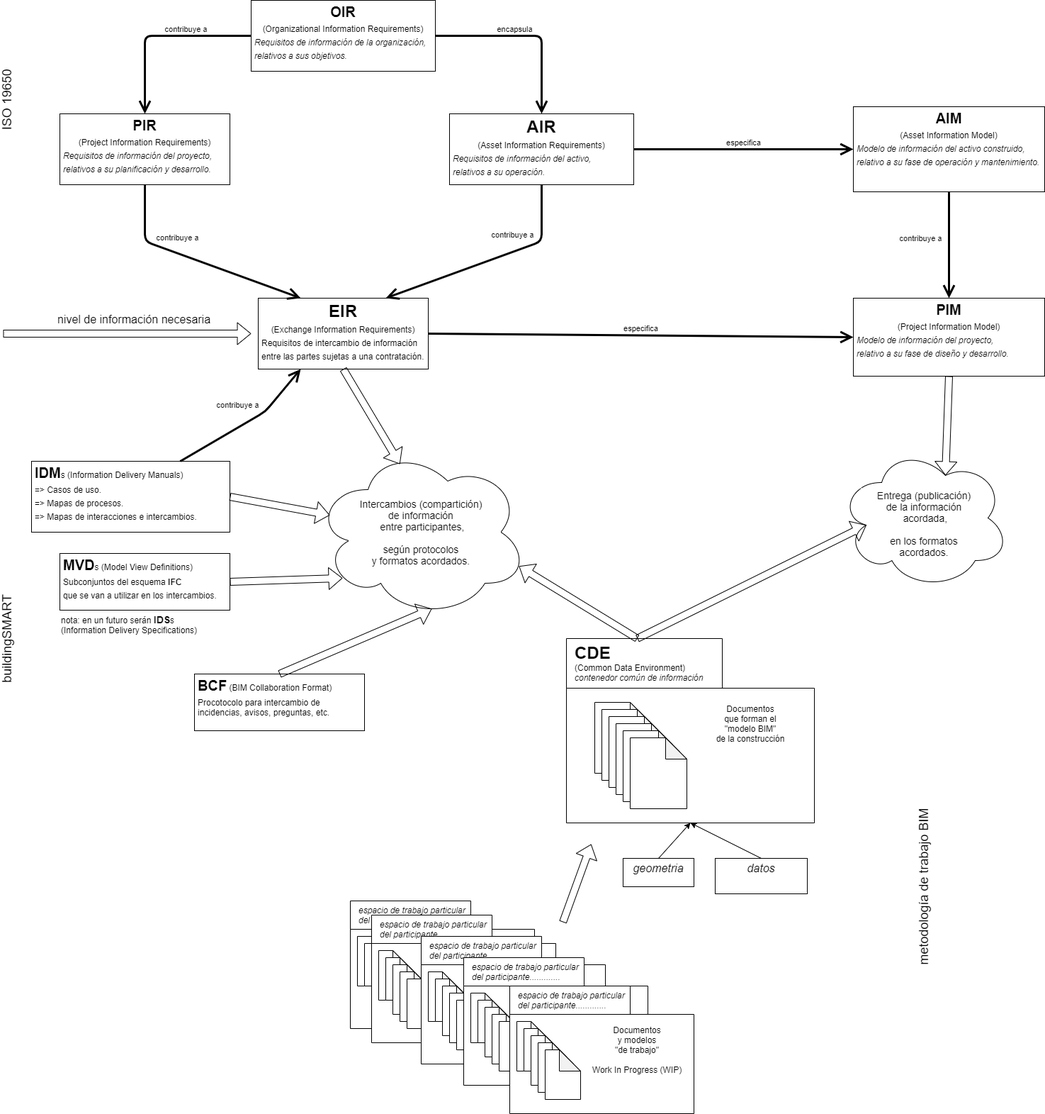
JuanMuruaOlalde/juanmuruaolalde.github.io keeps this draw.io diagram as documentos/Flujos_de_informacion_en_la_construccion_BIM.png. Above is the earlier version. Source tidied: cells renumbered, new cells last; positions are measured from the earlier drawing's top-left corner, leaving out a move shared by most shapes.
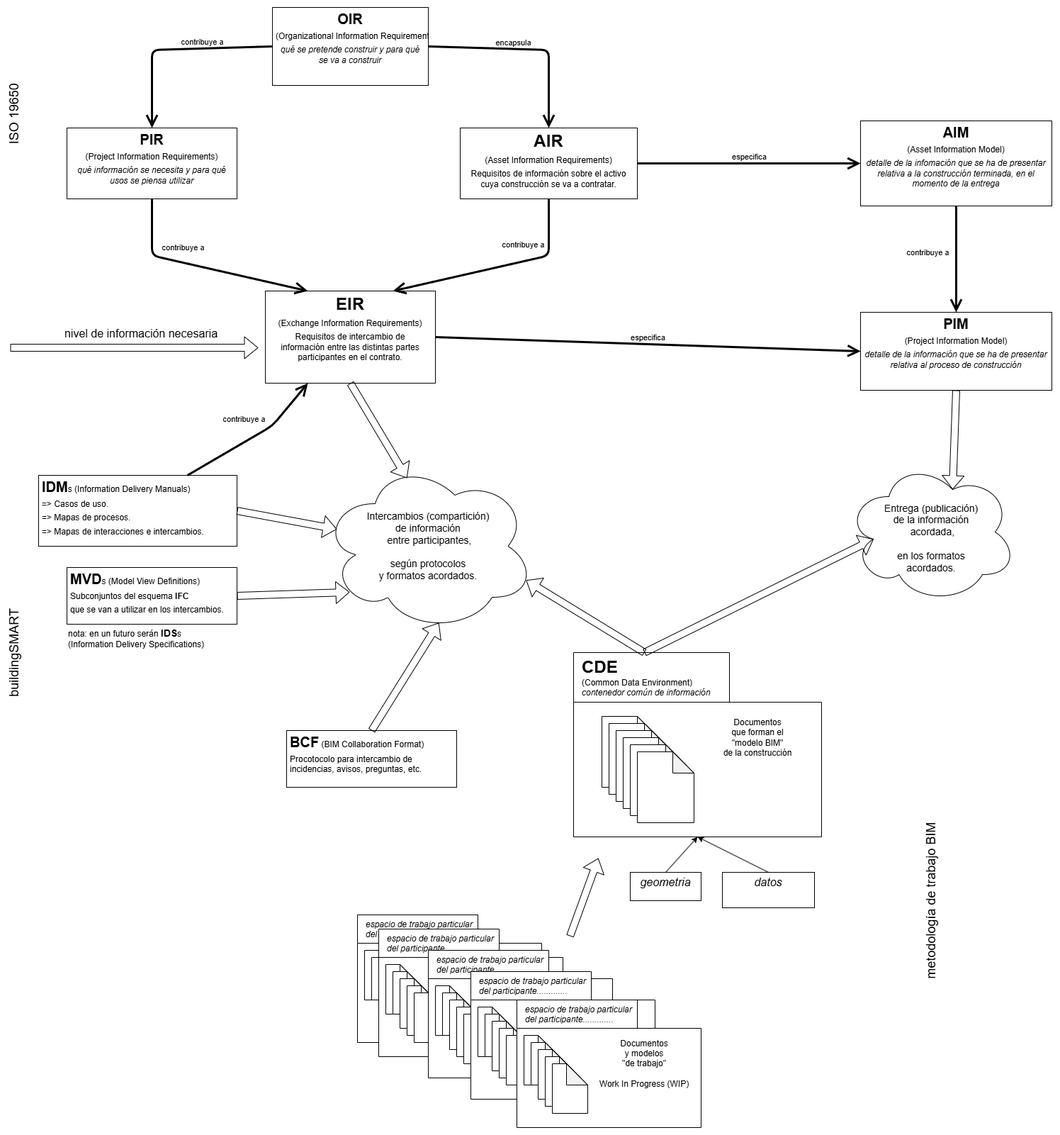
After the change.

The edit, as a diff of the source:
```diff
@@ -15,8 +15,8 @@
         </Array>
       </mxGeometry>
     </mxCell>
-    <mxCell id="4" value="&lt;p style=&quot;margin: 5px&quot;&gt;&lt;b&gt;&lt;font style=&quot;font-size: 20px&quot;&gt;OIR&lt;/font&gt;&lt;/b&gt;&lt;/p&gt;&lt;p style=&quot;margin: 5px&quot;&gt;(Organizational&amp;nbsp;&lt;span&gt;Information&amp;nbsp;&lt;/span&gt;&lt;span&gt;Requirements)&lt;/span&gt;&lt;/p&gt;&lt;p style=&quot;text-align: left ; margin: 5px&quot;&gt;&lt;span&gt;&lt;i&gt;Requisitos de información de la organización,&lt;/i&gt;&lt;/span&gt;&lt;/p&gt;&lt;p style=&quot;text-align: left ; margin: 5px&quot;&gt;&lt;span&gt;&lt;i&gt;relativos a sus objetivos.&lt;/i&gt;&lt;/span&gt;&lt;/p&gt;&lt;p style=&quot;margin: 5px&quot;&gt;&lt;br&gt;&lt;/p&gt;" style="shape=rect;html=1;overflow=fill;whiteSpace=wrap;align=center;" parent="1" vertex="1">
-      <mxGeometry x="469" width="260" height="100" as="geometry" />
+    <mxCell id="4" value="&lt;p style=&quot;margin: 5px&quot;&gt;&lt;b&gt;&lt;font style=&quot;font-size: 20px&quot;&gt;OIR&lt;/font&gt;&lt;/b&gt;&lt;/p&gt;&lt;p style=&quot;margin: 5px&quot;&gt;(Organizational&amp;nbsp;&lt;span&gt;Information&amp;nbsp;&lt;/span&gt;&lt;span&gt;Requirements)&lt;/span&gt;&lt;/p&gt;&lt;p style=&quot;margin: 5px;&quot;&gt;&lt;i&gt;qué se pretende construir y para qué se va a construir&lt;/i&gt;&lt;/p&gt;&lt;p style=&quot;margin: 5px&quot;&gt;&lt;br&gt;&lt;/p&gt;" style="shape=rect;html=1;overflow=fill;whiteSpace=wrap;align=center;" parent="1" vertex="1">
+      <mxGeometry x="489" y="-10" width="220" height="110" as="geometry" />
     </mxCell>
     <mxCell id="5" value="contribuye a" style="edgeStyle=none;html=1;endArrow=open;endSize=12;strokeWidth=3;verticalAlign=bottom;exitX=0;exitY=0.5;exitDx=0;exitDy=0;entryX=0.5;entryY=0;entryDx=0;entryDy=0;" parent="1" edge="1" source="4" target="6">
       <mxGeometry x="-0.29" relative="1" as="geometry">
@@ -25,16 +25,16 @@
         </Array>
       </mxGeometry>
     </mxCell>
-    <mxCell id="6" value="&lt;p style=&quot;margin: 5px&quot;&gt;&lt;b&gt;&lt;font style=&quot;font-size: 20px&quot;&gt;PIR&lt;/font&gt;&lt;/b&gt;&lt;/p&gt;&lt;p style=&quot;margin: 5px&quot;&gt;&lt;span&gt;(Project&amp;nbsp;&lt;/span&gt;&lt;span&gt;Information&amp;nbsp;&lt;/span&gt;&lt;span&gt;Requirements)&lt;/span&gt;&lt;/p&gt;&lt;p style=&quot;text-align: left ; margin: 5px&quot;&gt;&lt;span&gt;&lt;i&gt;Requisitos de información del proyecto,&lt;/i&gt;&lt;/span&gt;&lt;/p&gt;&lt;p style=&quot;text-align: left ; margin: 5px&quot;&gt;&lt;span&gt;&lt;i&gt;relativos a su planificación y desarrollo.&lt;/i&gt;&lt;/span&gt;&lt;/p&gt;&lt;p style=&quot;margin: 5px&quot;&gt;&lt;br&gt;&lt;/p&gt;" style="shape=rect;html=1;overflow=fill;whiteSpace=wrap;align=center;" parent="1" vertex="1">
+    <mxCell id="6" value="&lt;p style=&quot;margin: 5px&quot;&gt;&lt;b&gt;&lt;font style=&quot;font-size: 20px&quot;&gt;PIR&lt;/font&gt;&lt;/b&gt;&lt;/p&gt;&lt;p style=&quot;margin: 5px&quot;&gt;&lt;span&gt;(Project&amp;nbsp;&lt;/span&gt;&lt;span&gt;Information&amp;nbsp;&lt;/span&gt;&lt;span&gt;Requirements)&lt;/span&gt;&lt;/p&gt;&lt;p style=&quot;margin: 5px;&quot;&gt;&lt;i&gt;qué información se necesita y para qué usos se piensa utilizar&lt;/i&gt;&lt;/p&gt;&lt;p style=&quot;margin: 5px&quot;&gt;&lt;br&gt;&lt;/p&gt;" style="shape=rect;html=1;overflow=fill;whiteSpace=wrap;align=center;" parent="1" vertex="1">
       <mxGeometry x="199" y="160" width="240" height="100" as="geometry" />
     </mxCell>
-    <mxCell id="7" value="&lt;p style=&quot;margin: 5px&quot;&gt;&lt;b&gt;&lt;font style=&quot;font-size: 24px&quot;&gt;AIR&lt;/font&gt;&lt;/b&gt;&lt;/p&gt;&lt;p style=&quot;margin: 5px&quot;&gt;(Asset&amp;nbsp;&lt;span&gt;Information&amp;nbsp;&lt;/span&gt;&lt;span&gt;Requirements)&lt;/span&gt;&lt;/p&gt;&lt;p style=&quot;text-align: left ; margin: 5px&quot;&gt;&lt;span&gt;&lt;i&gt;Requisitos de información&amp;nbsp;&lt;/i&gt;&lt;/span&gt;&lt;i&gt;del activo,&lt;/i&gt;&lt;/p&gt;&lt;p style=&quot;text-align: left ; margin: 5px&quot;&gt;&lt;i&gt;relativos a su operación.&lt;/i&gt;&lt;/p&gt;&lt;p style=&quot;text-align: left ; margin: 5px&quot;&gt;&lt;br&gt;&lt;/p&gt;" style="shape=rect;html=1;overflow=fill;whiteSpace=wrap;align=center;" parent="1" vertex="1">
-      <mxGeometry x="749" y="160" width="260" height="100" as="geometry" />
+    <mxCell id="7" value="&lt;p style=&quot;margin: 5px&quot;&gt;&lt;b&gt;&lt;font style=&quot;font-size: 24px&quot;&gt;AIR&lt;/font&gt;&lt;/b&gt;&lt;/p&gt;&lt;p style=&quot;margin: 5px&quot;&gt;(Asset&amp;nbsp;&lt;span&gt;Information&amp;nbsp;&lt;/span&gt;&lt;span&gt;Requirements)&lt;/span&gt;&lt;/p&gt;&lt;p style=&quot;margin: 5px;&quot;&gt;Requisitos de información sobre el activo cuya construcción se va a contratar.&lt;/p&gt;&lt;p style=&quot;text-align: left ; margin: 5px&quot;&gt;&lt;br&gt;&lt;/p&gt;" style="shape=rect;html=1;overflow=fill;whiteSpace=wrap;align=center;" parent="1" vertex="1">
+      <mxGeometry x="754" y="160" width="250" height="100" as="geometry" />
     </mxCell>
-    <mxCell id="8" value="&lt;p style=&quot;margin: 5px&quot;&gt;&lt;b&gt;&lt;font style=&quot;font-size: 20px&quot;&gt;AIM&lt;/font&gt;&lt;/b&gt;&lt;/p&gt;&lt;p style=&quot;margin: 5px&quot;&gt;(Asset&amp;nbsp;&lt;span&gt;Information&amp;nbsp;&lt;/span&gt;&lt;span&gt;Model)&lt;/span&gt;&lt;/p&gt;&lt;p style=&quot;text-align: left ; margin: 5px&quot;&gt;&lt;i&gt;Modelo de información del activo construido,&lt;/i&gt;&lt;/p&gt;&lt;p style=&quot;text-align: left ; margin: 5px&quot;&gt;&lt;i&gt;relativo a su fase de operación y mantenimiento.&lt;/i&gt;&lt;/p&gt;&lt;p style=&quot;text-align: left ; margin: 5px&quot;&gt;&lt;br&gt;&lt;/p&gt;" style="shape=rect;html=1;overflow=fill;whiteSpace=wrap;align=center;" parent="1" vertex="1">
+    <mxCell id="8" value="&lt;p style=&quot;margin: 5px&quot;&gt;&lt;b&gt;&lt;font style=&quot;font-size: 20px&quot;&gt;AIM&lt;/font&gt;&lt;/b&gt;&lt;/p&gt;&lt;p style=&quot;margin: 5px&quot;&gt;(Asset&amp;nbsp;&lt;span&gt;Information&amp;nbsp;&lt;/span&gt;&lt;span&gt;Model)&lt;/span&gt;&lt;/p&gt;&lt;p style=&quot;margin: 5px;&quot;&gt;&lt;i&gt;detalle de la infomación que se ha de presentar relativa a la construcción terminada, en el momento de la entrega&lt;/i&gt;&lt;/p&gt;&lt;p style=&quot;text-align: left ; margin: 5px&quot;&gt;&lt;br&gt;&lt;/p&gt;" style="shape=rect;html=1;overflow=fill;whiteSpace=wrap;align=center;" parent="1" vertex="1">
       <mxGeometry x="1319" y="150" width="270" height="120" as="geometry" />
     </mxCell>
-    <mxCell id="9" value="&lt;p style=&quot;margin: 5px&quot;&gt;&lt;b&gt;&lt;font style=&quot;font-size: 20px&quot;&gt;PIM&lt;/font&gt;&lt;/b&gt;&lt;/p&gt;&lt;p style=&quot;margin: 5px&quot;&gt;(Project&amp;nbsp;&lt;span&gt;Information&amp;nbsp;&lt;/span&gt;&lt;span&gt;Model)&lt;/span&gt;&lt;/p&gt;&lt;p style=&quot;text-align: left ; margin: 5px&quot;&gt;&lt;span&gt;&lt;i&gt;Modelo de información del proyecto,&lt;/i&gt;&lt;/span&gt;&lt;/p&gt;&lt;p style=&quot;text-align: left ; margin: 5px&quot;&gt;&lt;span&gt;&lt;i&gt;relativo a su fase de diseño y desarrollo.&lt;/i&gt;&lt;/span&gt;&lt;/p&gt;&lt;p style=&quot;margin: 5px&quot;&gt;&lt;br&gt;&lt;/p&gt;" style="shape=rect;html=1;overflow=fill;whiteSpace=wrap;align=center;" parent="1" vertex="1">
+    <mxCell id="9" value="&lt;p style=&quot;margin: 5px&quot;&gt;&lt;b&gt;&lt;font style=&quot;font-size: 20px&quot;&gt;PIM&lt;/font&gt;&lt;/b&gt;&lt;/p&gt;&lt;p style=&quot;margin: 5px&quot;&gt;(Project&amp;nbsp;&lt;span&gt;Information&amp;nbsp;&lt;/span&gt;&lt;span&gt;Model)&lt;/span&gt;&lt;/p&gt;&lt;p style=&quot;margin: 5px;&quot;&gt;&lt;i&gt;detalle de la información que se ha de presentar relativa al proceso de construcción&lt;/i&gt;&lt;/p&gt;&lt;p style=&quot;margin: 5px&quot;&gt;&lt;br&gt;&lt;/p&gt;" style="shape=rect;html=1;overflow=fill;whiteSpace=wrap;align=center;" parent="1" vertex="1">
       <mxGeometry x="1319" y="420" width="270" height="110" as="geometry" />
     </mxCell>
     <mxCell id="10" value="&lt;br&gt;Entrega (publicación)&lt;br style=&quot;font-size: 14px&quot;&gt;de la información&lt;br style=&quot;font-size: 14px&quot;&gt;&amp;nbsp;acordada,&lt;br&gt;&lt;br&gt;en los formatos&lt;br&gt;acordados." style="ellipse;shape=cloud;whiteSpace=wrap;html=1;fontSize=14;" parent="1" vertex="1">
@@ -79,8 +79,8 @@
     <mxCell id="23" style="endArrow=classic;html=1;fontSize=16;exitX=0.5;exitY=0;exitDx=0;exitDy=0;entryX=0.5;entryY=1;entryDx=0;entryDy=0;entryPerimeter=0;" parent="1" edge="1" source="14" target="12">
       <mxGeometry relative="1" as="geometry" />
     </mxCell>
-    <mxCell id="24" value="&lt;p style=&quot;margin: 5px&quot;&gt;&lt;span&gt;&lt;b&gt;&lt;font style=&quot;font-size: 24px&quot;&gt;EIR&lt;/font&gt;&lt;/b&gt;&lt;/span&gt;&lt;/p&gt;&lt;p style=&quot;margin: 5px&quot;&gt;&lt;span&gt;(Exchange&amp;nbsp;&lt;/span&gt;&lt;span&gt;Information&amp;nbsp;&lt;/span&gt;&lt;span&gt;Requirements)&lt;/span&gt;&lt;/p&gt;&lt;p style=&quot;text-align: left ; margin: 5px&quot;&gt;&lt;span&gt;Requisitos de intercambio de información&lt;/span&gt;&lt;/p&gt;&lt;p style=&quot;text-align: left ; margin: 5px&quot;&gt;&lt;span&gt;entre las partes sujetas a una contratación.&lt;/span&gt;&lt;/p&gt;&lt;p style=&quot;text-align: left ; margin: 5px&quot;&gt;&lt;br&gt;&lt;/p&gt;" style="shape=rect;html=1;overflow=fill;whiteSpace=wrap;align=center;" parent="1" vertex="1">
-      <mxGeometry x="479" y="420" width="240" height="100" as="geometry" />
+    <mxCell id="24" value="&lt;p style=&quot;margin: 5px&quot;&gt;&lt;span&gt;&lt;b&gt;&lt;font style=&quot;font-size: 24px&quot;&gt;EIR&lt;/font&gt;&lt;/b&gt;&lt;/span&gt;&lt;/p&gt;&lt;p style=&quot;margin: 5px&quot;&gt;&lt;span&gt;(Exchange&amp;nbsp;&lt;/span&gt;&lt;span&gt;Information&amp;nbsp;&lt;/span&gt;&lt;span&gt;Requirements)&lt;/span&gt;&lt;/p&gt;&lt;p style=&quot;margin: 5px;&quot;&gt;&lt;span&gt;Requisitos de intercambio de información&amp;nbsp;&lt;/span&gt;&lt;span style=&quot;background-color: transparent; color: light-dark(rgb(0, 0, 0), rgb(255, 255, 255));&quot;&gt;entre las distintas partes participantes en el contrato.&lt;/span&gt;&lt;/p&gt;&lt;p style=&quot;text-align: left ; margin: 5px&quot;&gt;&lt;br&gt;&lt;/p&gt;" style="shape=rect;html=1;overflow=fill;whiteSpace=wrap;align=center;" parent="1" vertex="1">
+      <mxGeometry x="479" y="390" width="240" height="130" as="geometry" />
     </mxCell>
     <mxCell id="25" value="contribuye a" style="edgeStyle=none;html=1;endArrow=open;endSize=12;strokeWidth=3;verticalAlign=bottom;exitX=0.5;exitY=1;exitDx=0;exitDy=0;entryX=0.25;entryY=0;entryDx=0;entryDy=0;" parent="1" edge="1" source="6" target="24">
       <mxGeometry x="-0.2" y="12" relative="1" as="geometry">
@@ -133,7 +133,7 @@
       <mxGeometry relative="1" as="geometry" />
     </mxCell>
     <mxCell id="39" value="&lt;p style=&quot;margin: 5px&quot;&gt;&lt;b&gt;&lt;font style=&quot;font-size: 20px&quot;&gt;BCF&lt;/font&gt;&lt;/b&gt;&amp;nbsp;(BIM Collaboration Format)&lt;/p&gt;&lt;p style=&quot;margin: 5px&quot;&gt;Procotocolo para intercambio de incidencias, avisos, preguntas, etc.&lt;/p&gt;" style="shape=rect;html=1;overflow=fill;whiteSpace=wrap;align=left;" parent="1" vertex="1">
-      <mxGeometry x="389" y="950" width="240" height="80" as="geometry" />
+      <mxGeometry x="509" y="1010" width="240" height="80" as="geometry" />
     </mxCell>
     <mxCell id="40" style="shape=flexArrow;endArrow=classic;html=1;fontSize=14;exitX=0.5;exitY=0;exitDx=0;exitDy=0;entryX=0.55;entryY=0.95;entryDx=0;entryDy=0;entryPerimeter=0;" parent="1" edge="1" source="39" target="11">
       <mxGeometry relative="1" as="geometry" />
```
